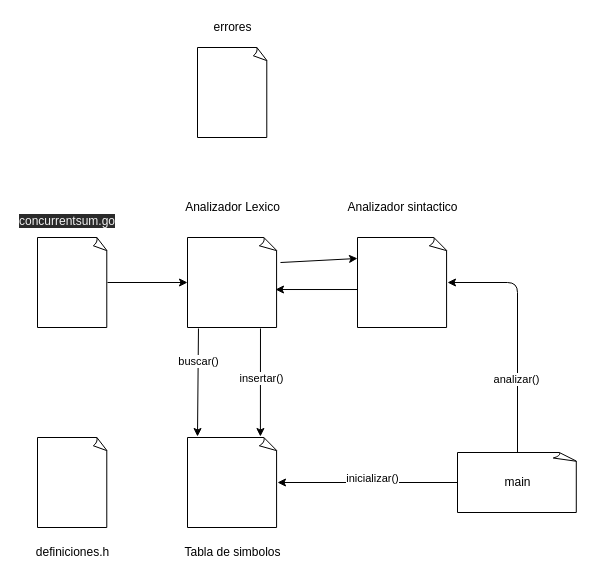
Earlier version of the draw.io diagram documentos/diagrama.drawio (aarondominguezcostas/goCompiler). Source tidied: cells renumbered, new cells numbered last; positions are measured from the earlier drawing's top-left corner, leaving out a move shared by most shapes. Both pictures are drawn from the tidied source at 100%, with x=0, y=0 at pixel (17, 17).
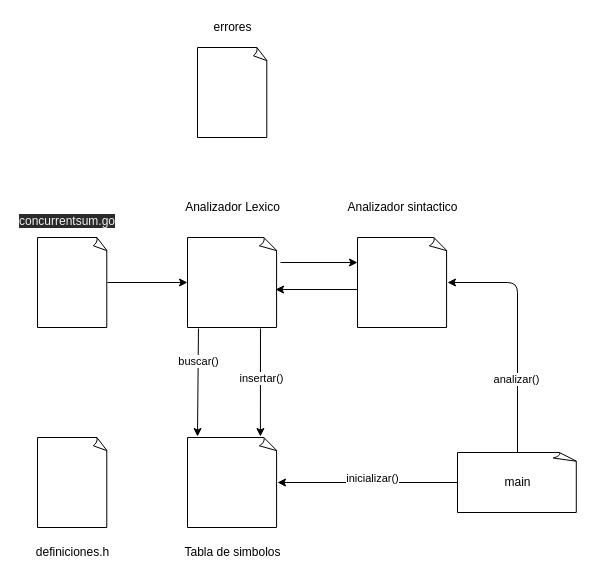
The same diagram, later.

Unchanged cells that the change refers to:
```xml
<mxCell id="6" style="whiteSpace=wrap;html=1;shape=mxgraph.basic.document;" parent="1" vertex="1">
  <mxGeometry x="170" y="220" width="90" height="90" as="geometry" />
</mxCell>
<mxCell id="11" style="whiteSpace=wrap;html=1;shape=mxgraph.basic.document;" parent="1" vertex="1">
  <mxGeometry x="340" y="220" width="90" height="90" as="geometry" />
</mxCell>
```

The edit, as a diff of the source:
```diff
@@
-    <mxCell id="5" style="edgeStyle=none;html=1;entryX=0;entryY=0.233;entryDx=0;entryDy=0;entryPerimeter=0;exitX=1.033;exitY=0.278;exitDx=0;exitDy=0;exitPerimeter=0;" parent="1" edge="1" source="6" target="11">
+    <mxCell id="5" style="edgeStyle=none;html=1;entryX=0;entryY=0.278;entryDx=0;entryDy=0;entryPerimeter=0;exitX=1.033;exitY=0.278;exitDx=0;exitDy=0;exitPerimeter=0;" parent="1" edge="1" source="6" target="11">
       <mxGeometry relative="1" as="geometry" />
     </mxCell>
```
